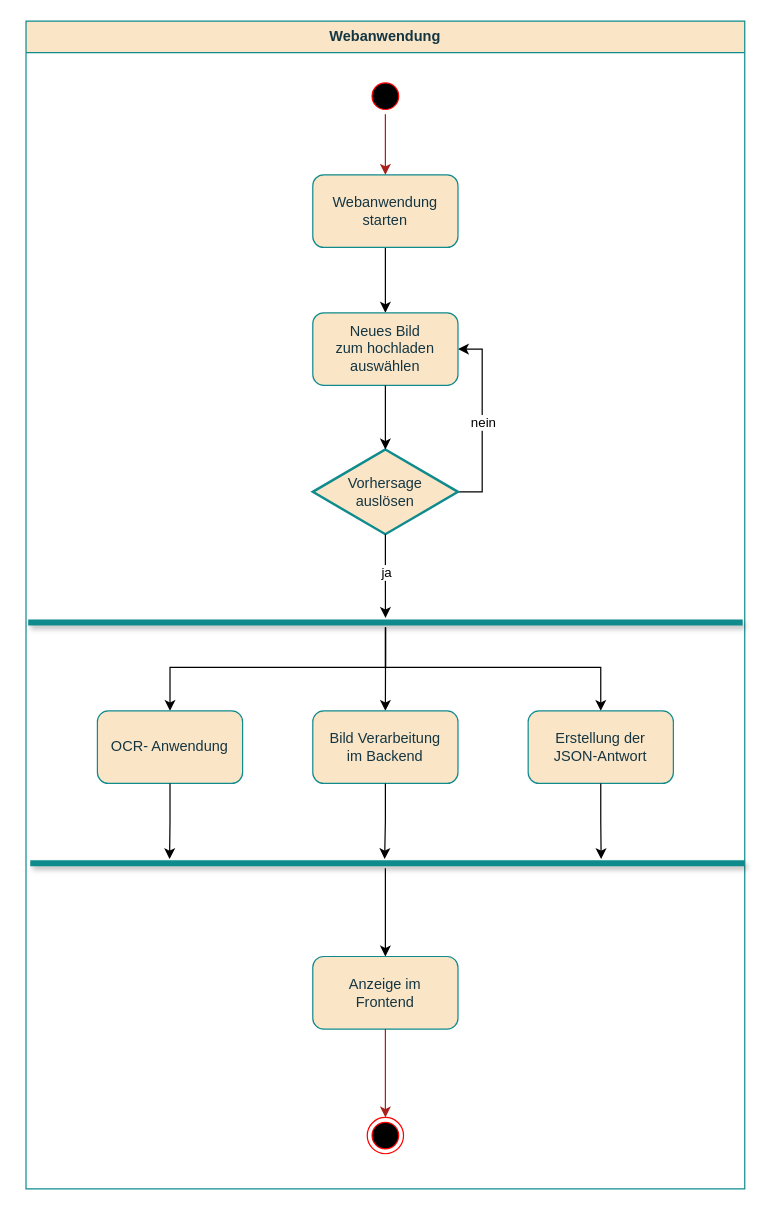
Earlier version of the draw.io diagram YOLO_Aktivität_Diagramm.drawio (PythonPokemon/Draw.io). Source tidied: cells renumbered, new cells numbered last; positions are measured from the earlier drawing's top-left corner, leaving out a move shared by most shapes. Both pictures are drawn from the tidied source at 121%, with x=0, y=0 at pixel (25, 21).
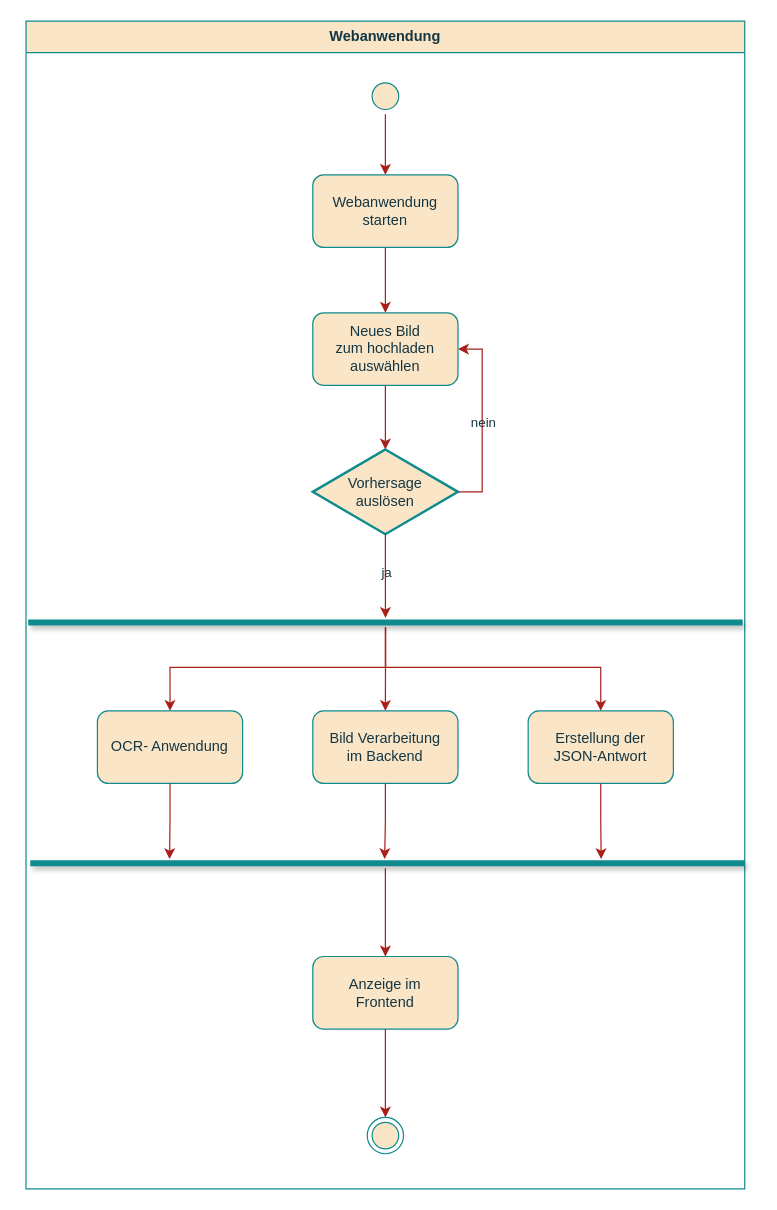
After the change.

Unchanged cells that the change refers to:
```xml
<mxCell id="5" value="Webanwendung&lt;div&gt;starten&lt;/div&gt;" style="rounded=1;whiteSpace=wrap;html=1;labelBackgroundColor=none;fillColor=#FAE5C7;strokeColor=#0F8B8D;fontColor=#143642;" parent="2" vertex="1">
  <mxGeometry x="237" y="127" width="120" height="60" as="geometry" />
</mxCell>
<mxCell id="14" value="Neues Bild&lt;div&gt;zum&amp;nbsp;&lt;span style=&quot;background-color: transparent; color: light-dark(rgb(20, 54, 66), rgb(173, 202, 213));&quot;&gt;hochladen&lt;/span&gt;&lt;div&gt;&lt;div&gt;auswählen&lt;/div&gt;&lt;/div&gt;&lt;/div&gt;" style="rounded=1;whiteSpace=wrap;html=1;labelBackgroundColor=none;fillColor=#FAE5C7;strokeColor=#0F8B8D;fontColor=#143642;" parent="2" vertex="1">
  <mxGeometry x="237" y="241" width="120" height="60" as="geometry" />
</mxCell>
<mxCell id="20" value="Bild Verarbeitung&lt;div&gt;im Backend&lt;/div&gt;" style="rounded=1;whiteSpace=wrap;html=1;labelBackgroundColor=none;fillColor=#FAE5C7;strokeColor=#0F8B8D;fontColor=#143642;" parent="2" vertex="1">
  <mxGeometry x="237" y="570" width="120" height="60" as="geometry" />
</mxCell>
<mxCell id="21" value="OCR- Anwendung" style="rounded=1;whiteSpace=wrap;html=1;labelBackgroundColor=none;fillColor=#FAE5C7;strokeColor=#0F8B8D;fontColor=#143642;" parent="2" vertex="1">
  <mxGeometry x="59" y="570" width="120" height="60" as="geometry" />
</mxCell>
```

What changed in the source:
```diff
@@
-    <mxCell id="2" value="Webanwendung" style="swimlane;whiteSpace=wrap;labelBackgroundColor=none;fillColor=#FAE5C7;strokeColor=#0F8B8D;fontColor=#143642;startSize=26;" parent="1" vertex="1">
+    <mxCell id="2" value="Webanwendung" style="swimlane;whiteSpace=wrap;labelBackgroundColor=none;fillColor=#FAE5C7;strokeColor=#0F8B8D;startSize=26;fontColor=#143642;" parent="1" vertex="1">
       <mxGeometry width="594" height="965" as="geometry" />
     </mxCell>
-    <mxCell id="3" style="ellipse;html=1;shape=endState;fillColor=#000000;strokeColor=#ff0000;fontColor=#143642;" parent="2" vertex="1">
+    <mxCell id="3" style="ellipse;html=1;shape=endState;fillColor=#FAE5C7;strokeColor=#0F8B8D;fontColor=#143642;labelBackgroundColor=none;" parent="2" vertex="1">
       <mxGeometry x="282" y="906" width="30" height="30" as="geometry" />
     </mxCell>
-    <mxCell id="4" style="edgeStyle=orthogonalEdgeStyle;rounded=0;jettySize=auto;html=1;entryX=0.5;entryY=0;entryDx=0;entryDy=0;" parent="2" edge="1" source="5" target="14">
+    <mxCell id="4" style="edgeStyle=orthogonalEdgeStyle;rounded=0;jettySize=auto;html=1;entryX=0.5;entryY=0;entryDx=0;entryDy=0;labelBackgroundColor=none;strokeColor=#A8201A;fontColor=default;" parent="2" edge="1" source="5" target="14">
       <mxGeometry relative="1" as="geometry" />
     </mxCell>
@@
-    <mxCell id="6" style="edgeStyle=orthogonalEdgeStyle;rounded=0;orthogonalLoop=1;jettySize=auto;html=1;" parent="2" edge="1">
+    <mxCell id="6" style="edgeStyle=orthogonalEdgeStyle;rounded=0;orthogonalLoop=1;jettySize=auto;html=1;labelBackgroundColor=none;strokeColor=#A8201A;fontColor=default;" parent="2" edge="1">
       <mxGeometry relative="1" as="geometry">
         <mxPoint x="295" y="240" as="sourcePoint" />
       </mxGeometry>
     </mxCell>
-    <mxCell id="7" style="edgeStyle=orthogonalEdgeStyle;rounded=0;jettySize=auto;html=1;strokeColor=#A8201A;fontColor=#143642;fillColor=#FAE5C7;" parent="2" edge="1" source="8" target="5">
+    <mxCell id="7" style="edgeStyle=orthogonalEdgeStyle;rounded=0;jettySize=auto;html=1;strokeColor=#A8201A;fontColor=default;fillColor=#FAE5C7;labelBackgroundColor=none;" parent="2" edge="1" source="8" target="5">
       <mxGeometry relative="1" as="geometry" />
     </mxCell>
-    <mxCell id="8" style="ellipse;html=1;shape=startState;fillColor=#000000;strokeColor=#ff0000;fontColor=#143642;" parent="2" vertex="1">
+    <mxCell id="8" style="ellipse;html=1;shape=startState;fillColor=#FAE5C7;strokeColor=#0F8B8D;fontColor=#143642;labelBackgroundColor=none;" parent="2" vertex="1">
       <mxGeometry x="282" y="47" width="30" height="30" as="geometry" />
     </mxCell>
-    <mxCell id="9" style="edgeStyle=orthogonalEdgeStyle;rounded=0;orthogonalLoop=1;jettySize=auto;html=1;" parent="2" edge="1">
+    <mxCell id="9" style="edgeStyle=orthogonalEdgeStyle;rounded=0;orthogonalLoop=1;jettySize=auto;html=1;labelBackgroundColor=none;strokeColor=#A8201A;fontColor=default;" parent="2" edge="1">
       <mxGeometry relative="1" as="geometry">
         <mxPoint x="295" y="400" as="sourcePoint" />
       </mxGeometry>
     </mxCell>
-    <mxCell id="10" style="edgeStyle=orthogonalEdgeStyle;rounded=0;orthogonalLoop=1;jettySize=auto;html=1;" parent="2" edge="1">
+    <mxCell id="10" style="edgeStyle=orthogonalEdgeStyle;rounded=0;orthogonalLoop=1;jettySize=auto;html=1;labelBackgroundColor=none;strokeColor=#A8201A;fontColor=default;" parent="2" edge="1">
       <mxGeometry relative="1" as="geometry">
         <mxPoint x="295" y="320" as="sourcePoint" />
       </mxGeometry>
     </mxCell>
-    <mxCell id="11" style="edgeStyle=orthogonalEdgeStyle;rounded=0;jettySize=auto;html=1;entryX=1;entryY=0.5;entryDx=0;entryDy=0;" parent="2" edge="1" source="13" target="14">
+    <mxCell id="11" style="edgeStyle=orthogonalEdgeStyle;rounded=0;jettySize=auto;html=1;entryX=1;entryY=0.5;entryDx=0;entryDy=0;labelBackgroundColor=none;strokeColor=#A8201A;fontColor=default;" parent="2" edge="1" source="13" target="14">
       <mxGeometry relative="1" as="geometry">
         <Array as="points">
           <mxPoint x="377" y="389" />
           <mxPoint x="377" y="271" />
         </Array>
       </mxGeometry>
     </mxCell>
-    <mxCell id="12" value="nein" style="edgeLabel;html=1;align=center;verticalAlign=middle;" parent="11" vertex="1">
+    <mxCell id="12" value="nein" style="edgeLabel;html=1;align=center;verticalAlign=middle;labelBackgroundColor=none;fontColor=#143642;" parent="11" vertex="1">
       <mxGeometry x="-0.01" relative="1" as="geometry" />
     </mxCell>
-    <mxCell id="13" value="Vorhersage&lt;div&gt;auslösen&lt;/div&gt;" style="strokeWidth=2;html=1;shape=mxgraph.flowchart.decision;whiteSpace=wrap;strokeColor=#0F8B8D;fontColor=#143642;fillColor=#FAE5C7;" parent="2" vertex="1">
+    <mxCell id="13" value="Vorhersage&lt;div&gt;auslösen&lt;/div&gt;" style="strokeWidth=2;html=1;shape=mxgraph.flowchart.decision;whiteSpace=wrap;strokeColor=#0F8B8D;fontColor=#143642;fillColor=#FAE5C7;labelBackgroundColor=none;" parent="2" vertex="1">
       <mxGeometry x="237" y="354" width="120" height="70" as="geometry" />
     </mxCell>
@@
-    <mxCell id="15" style="edgeStyle=orthogonalEdgeStyle;rounded=0;jettySize=auto;html=1;entryX=0.5;entryY=0;entryDx=0;entryDy=0;entryPerimeter=0;" parent="2" edge="1" source="14" target="13">
+    <mxCell id="15" style="edgeStyle=orthogonalEdgeStyle;rounded=0;jettySize=auto;html=1;entryX=0.5;entryY=0;entryDx=0;entryDy=0;entryPerimeter=0;labelBackgroundColor=none;strokeColor=#A8201A;fontColor=default;" parent="2" edge="1" source="14" target="13">
       <mxGeometry relative="1" as="geometry" />
     </mxCell>
-    <mxCell id="16" style="edgeStyle=orthogonalEdgeStyle;rounded=0;jettySize=auto;html=1;entryX=0.5;entryY=0;entryDx=0;entryDy=0;" parent="2" edge="1" source="19" target="22">
+    <mxCell id="16" style="edgeStyle=orthogonalEdgeStyle;rounded=0;jettySize=auto;html=1;entryX=0.5;entryY=0;entryDx=0;entryDy=0;labelBackgroundColor=none;strokeColor=#A8201A;fontColor=default;" parent="2" edge="1" source="19" target="22">
       <mxGeometry relative="1" as="geometry">
         <Array as="points">
           <mxPoint x="297" y="534" />
           <mxPoint x="475" y="534" />
         </Array>
       </mxGeometry>
     </mxCell>
-    <mxCell id="17" style="edgeStyle=orthogonalEdgeStyle;rounded=0;jettySize=auto;html=1;entryX=0.5;entryY=0;entryDx=0;entryDy=0;" parent="2" edge="1" source="19" target="21">
+    <mxCell id="17" style="edgeStyle=orthogonalEdgeStyle;rounded=0;jettySize=auto;html=1;entryX=0.5;entryY=0;entryDx=0;entryDy=0;labelBackgroundColor=none;strokeColor=#A8201A;fontColor=default;" parent="2" edge="1" source="19" target="21">
       <mxGeometry relative="1" as="geometry">
         <Array as="points">
           <mxPoint x="297" y="534" />
           <mxPoint x="119" y="534" />
         </Array>
       </mxGeometry>
     </mxCell>
-    <mxCell id="18" style="edgeStyle=orthogonalEdgeStyle;rounded=0;jettySize=auto;html=1;entryX=0.5;entryY=0;entryDx=0;entryDy=0;" parent="2" edge="1" source="19" target="20">
+    <mxCell id="18" style="edgeStyle=orthogonalEdgeStyle;rounded=0;jettySize=auto;html=1;entryX=0.5;entryY=0;entryDx=0;entryDy=0;labelBackgroundColor=none;strokeColor=#A8201A;fontColor=default;" parent="2" edge="1" source="19" target="20">
       <mxGeometry relative="1" as="geometry">
         <Array as="points">
           <mxPoint x="297" y="528" />
           <mxPoint x="297" y="528" />
         </Array>
       </mxGeometry>
     </mxCell>
-    <mxCell id="19" style="line;strokeWidth=5;fillColor=#000000;align=left;verticalAlign=middle;spacingTop=-1;spacingLeft=3;spacingRight=3;labelPosition=right;points=[];portConstraint=eastwest;strokeColor=inherit;fontColor=#143642;shadow=1;" parent="2" vertex="1">
+    <mxCell id="19" style="line;strokeWidth=5;fillColor=#FAE5C7;align=left;verticalAlign=middle;spacingTop=-1;spacingLeft=3;spacingRight=3;labelPosition=right;points=[];portConstraint=eastwest;strokeColor=#0F8B8D;fontColor=#143642;shadow=1;labelBackgroundColor=none;" parent="2" vertex="1">
       <mxGeometry x="1.8" y="493" width="590.5" height="8" as="geometry" />
     </mxCell>
@@
-    <mxCell id="22" value="Erstellung der&lt;div&gt;JSON-Antwort&lt;/div&gt;" style="rounded=1;whiteSpace=wrap;html=1;strokeColor=#0F8B8D;fontColor=#143642;fillColor=#FAE5C7;" parent="2" vertex="1">
+    <mxCell id="22" value="Erstellung der&lt;div&gt;JSON-Antwort&lt;/div&gt;" style="rounded=1;whiteSpace=wrap;html=1;strokeColor=#0F8B8D;fontColor=#143642;fillColor=#FAE5C7;labelBackgroundColor=none;" parent="2" vertex="1">
       <mxGeometry x="415" y="570" width="120" height="60" as="geometry" />
     </mxCell>
-    <mxCell id="23" style="edgeStyle=orthogonalEdgeStyle;rounded=0;jettySize=auto;html=1;entryX=0.5;entryY=0.018;entryDx=0;entryDy=0;entryPerimeter=0;" parent="2" edge="1" source="13" target="19">
+    <mxCell id="23" style="edgeStyle=orthogonalEdgeStyle;rounded=0;jettySize=auto;html=1;entryX=0.5;entryY=0.018;entryDx=0;entryDy=0;entryPerimeter=0;labelBackgroundColor=none;strokeColor=#A8201A;fontColor=default;" parent="2" edge="1" source="13" target="19">
       <mxGeometry relative="1" as="geometry" />
     </mxCell>
-    <mxCell id="24" value="ja" style="edgeLabel;html=1;align=center;verticalAlign=middle;" parent="23" vertex="1">
+    <mxCell id="24" value="ja" style="edgeLabel;html=1;align=center;verticalAlign=middle;labelBackgroundColor=none;fontColor=#143642;" parent="23" vertex="1">
       <mxGeometry x="-0.1" relative="1" as="geometry" />
     </mxCell>
-    <mxCell id="25" style="edgeStyle=orthogonalEdgeStyle;rounded=0;jettySize=auto;html=1;entryX=0.5;entryY=0;entryDx=0;entryDy=0;strokeColor=#000000;" parent="2" edge="1" source="26" target="27">
+    <mxCell id="25" style="edgeStyle=orthogonalEdgeStyle;rounded=0;jettySize=auto;html=1;entryX=0.5;entryY=0;entryDx=0;entryDy=0;strokeColor=#A8201A;labelBackgroundColor=none;fontColor=default;" parent="2" edge="1" source="26" target="27">
       <mxGeometry relative="1" as="geometry">
         <Array as="points">
           <mxPoint x="297" y="726" />
         </Array>
       </mxGeometry>
     </mxCell>
-    <mxCell id="26" style="line;strokeWidth=5;fillColor=#000000;align=left;verticalAlign=middle;spacingTop=-1;spacingLeft=3;spacingRight=3;labelPosition=right;points=[];portConstraint=eastwest;strokeColor=inherit;fontColor=#143642;shadow=1;" parent="2" vertex="1">
+    <mxCell id="26" style="line;strokeWidth=5;fillColor=#FAE5C7;align=left;verticalAlign=middle;spacingTop=-1;spacingLeft=3;spacingRight=3;labelPosition=right;points=[];portConstraint=eastwest;strokeColor=#0F8B8D;fontColor=#143642;shadow=1;labelBackgroundColor=none;" parent="2" vertex="1">
       <mxGeometry x="3.5" y="692" width="590.5" height="8" as="geometry" />
     </mxCell>
-    <mxCell id="27" value="Anzeige im&lt;div&gt;Frontend&lt;/div&gt;" style="rounded=1;whiteSpace=wrap;html=1;strokeColor=#0F8B8D;fontColor=#143642;fillColor=#FAE5C7;" parent="2" vertex="1">
+    <mxCell id="27" value="Anzeige im&lt;div&gt;Frontend&lt;/div&gt;" style="rounded=1;whiteSpace=wrap;html=1;strokeColor=#0F8B8D;fontColor=#143642;fillColor=#FAE5C7;labelBackgroundColor=none;" parent="2" vertex="1">
       <mxGeometry x="237" y="773" width="120" height="60" as="geometry" />
     </mxCell>
-    <mxCell id="28" style="edgeStyle=orthogonalEdgeStyle;rounded=0;jettySize=auto;html=1;entryX=0.5;entryY=0;entryDx=0;entryDy=0;strokeColor=#A8201A;exitX=0.5;exitY=1;exitDx=0;exitDy=0;" parent="2" edge="1" source="27" target="3">
+    <mxCell id="28" style="edgeStyle=orthogonalEdgeStyle;rounded=0;jettySize=auto;html=1;entryX=0.5;entryY=0;entryDx=0;entryDy=0;strokeColor=#A8201A;exitX=0.5;exitY=1;exitDx=0;exitDy=0;labelBackgroundColor=none;fontColor=default;" parent="2" edge="1" source="27" target="3">
       <mxGeometry relative="1" as="geometry" />
     </mxCell>
-    <mxCell id="29" style="edgeStyle=orthogonalEdgeStyle;rounded=0;jettySize=auto;html=1;entryX=0.195;entryY=0.065;entryDx=0;entryDy=0;entryPerimeter=0;" parent="2" edge="1" source="21" target="26">
+    <mxCell id="29" style="edgeStyle=orthogonalEdgeStyle;rounded=0;jettySize=auto;html=1;entryX=0.195;entryY=0.065;entryDx=0;entryDy=0;entryPerimeter=0;labelBackgroundColor=none;strokeColor=#A8201A;fontColor=default;" parent="2" edge="1" source="21" target="26">
       <mxGeometry relative="1" as="geometry" />
     </mxCell>
-    <mxCell id="30" style="edgeStyle=orthogonalEdgeStyle;rounded=0;jettySize=auto;html=1;entryX=0.496;entryY=0.065;entryDx=0;entryDy=0;entryPerimeter=0;" parent="2" edge="1" source="20" target="26">
+    <mxCell id="30" style="edgeStyle=orthogonalEdgeStyle;rounded=0;jettySize=auto;html=1;entryX=0.496;entryY=0.065;entryDx=0;entryDy=0;entryPerimeter=0;labelBackgroundColor=none;strokeColor=#A8201A;fontColor=default;" parent="2" edge="1" source="20" target="26">
       <mxGeometry relative="1" as="geometry" />
     </mxCell>
-    <mxCell id="31" style="edgeStyle=orthogonalEdgeStyle;rounded=0;jettySize=auto;html=1;entryX=0.799;entryY=0.065;entryDx=0;entryDy=0;entryPerimeter=0;" parent="2" edge="1" source="22" target="26">
+    <mxCell id="31" style="edgeStyle=orthogonalEdgeStyle;rounded=0;jettySize=auto;html=1;entryX=0.799;entryY=0.065;entryDx=0;entryDy=0;entryPerimeter=0;labelBackgroundColor=none;strokeColor=#A8201A;fontColor=default;" parent="2" edge="1" source="22" target="26">
       <mxGeometry relative="1" as="geometry" />
     </mxCell>
```
